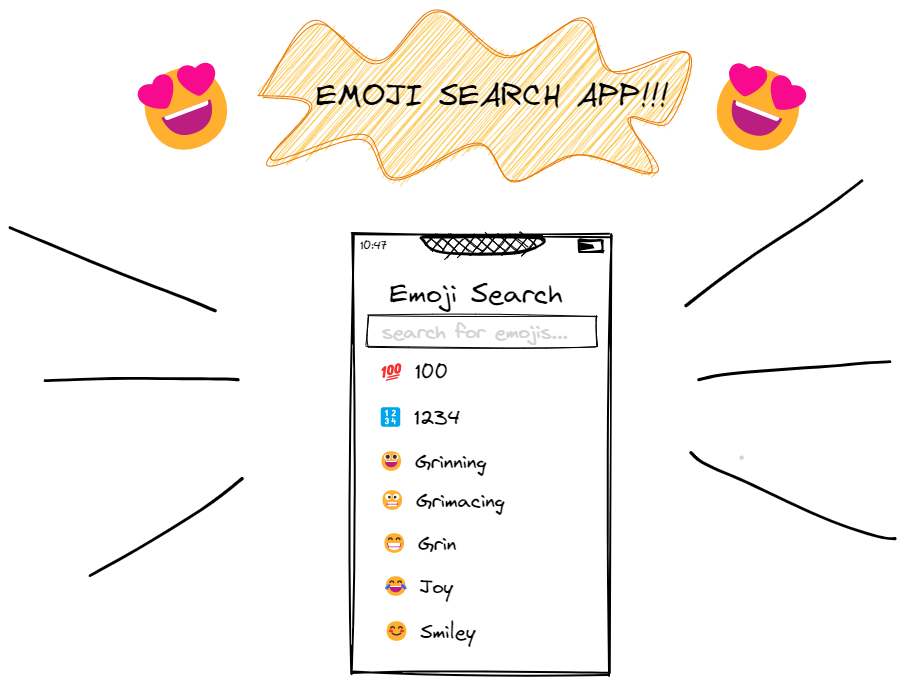
Before: emoji-search.excalidraw.png, a diagram exported from Excalidraw (bprussell/ThoughtworksDemo). Source tidied: one line per element, renumbered; positions are measured from the earlier drawing's top-left corner, leaving out a move shared by most shapes.
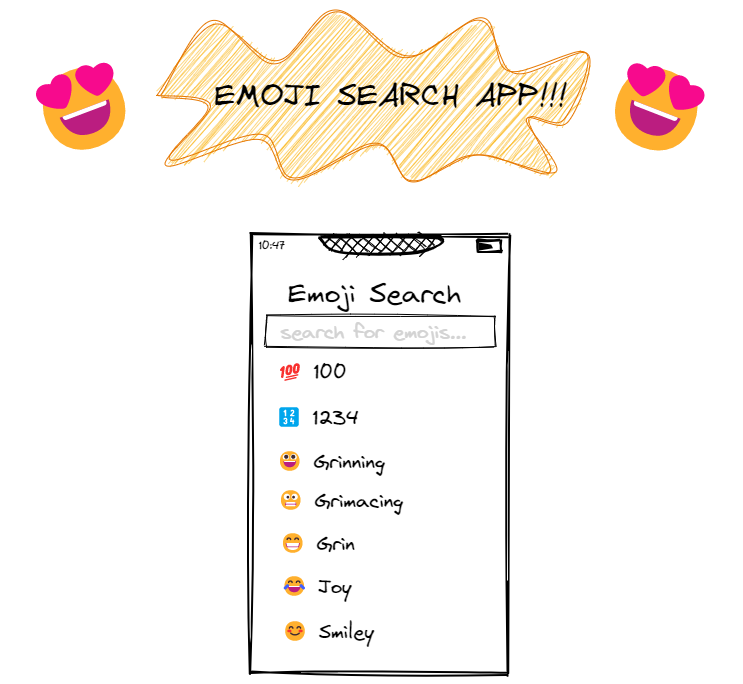
The same file after the commit.

The edit, as a diff of the source:
```diff
@@ -8,7 +8,6 @@
 {"id": 7, "type": "text", "text": "😁 Grin", "strokeColor": "#000000", "strokeWidth": 1, "roughness": 1, "fontSize": 20, "fontFamily": 1, "x": 371, "y": 516, "width": 78, "height": 29}
 {"id": 8, "type": "text", "text": "😂 Joy", "strokeColor": "#000000", "strokeWidth": 1, "roughness": 1, "fontSize": 20, "fontFamily": 1, "x": 372, "y": 560, "width": 73, "height": 29}
 {"id": 9, "type": "text", "text": "😊 Smiley", "strokeColor": "#000000", "strokeWidth": 1, "roughness": 1, "fontSize": 20, "fontFamily": 1, "x": 373, "y": 605, "width": 94, "height": 29}
-{"id": 10, "type": "freedraw", "strokeColor": "lightgray", "strokeWidth": 1, "roughness": 1, "x": 732, "y": 446, "width": 0, "height": 0, "points": [[0, 0], [0, 0]]}
 {"id": 11, "type": "rectangle", "strokeColor": "#000000", "strokeWidth": 2, "roughness": 2, "x": 342, "y": 224, "width": 258, "height": 439}
 {"id": 12, "type": "text", "text": "10:47", "strokeColor": "#000000", "strokeWidth": 2, "roughness": 1, "fontSize": 11.07, "fontFamily": 1, "textAlign": "center", "x": 349, "y": 228, "width": 28, "height": 14}
 {"id": 13, "type": "rectangle", "strokeColor": "#000000", "strokeWidth": 2, "roughness": 1, "x": 569, "y": 229, "width": 23, "height": 11}
@@ -18,9 +17,3 @@
 {"id": 17, "type": "text", "text": "EMOJI SEARCH APP!!!", "strokeColor": "black", "strokeWidth": 1, "roughness": 2, "fontSize": 32, "fontFamily": 1, "x": 306, "y": 66, "width": 355, "height": 40}
 {"id": 18, "type": "text", "text": "😍", "strokeColor": "#e67700", "angle": 5.92, "strokeWidth": 1, "roughness": 2, "fontSize": 82.76, "fontFamily": 1, "x": 119, "y": 37, "width": 116, "height": 120}
 {"id": 19, "type": "text", "text": "😍", "strokeColor": "#e67700", "angle": 0.37, "strokeWidth": 1, "roughness": 2, "fontSize": 82.76, "fontFamily": 1, "x": 691, "y": 38, "width": 116, "height": 120}
-{"id": 20, "type": "freedraw", "strokeColor": "#000000", "strokeWidth": 1, "roughness": 1, "x": 205, "y": 299, "width": 205, "height": 83, "points": [[0, 0], [-1, 0], [-3, -1], [-10, -4], [-47, -20], [-138, -53], [-205, -83], [-205, -83]]}
-{"id": 21, "type": "freedraw", "strokeColor": "#000000", "strokeWidth": 1, "roughness": 1, "x": 228, "y": 368, "width": 193, "height": 3, "points": [[0, 0], [-14, -1], [-40, -1], [-92, -1], [-161, -2], [-188, 1], [-193, 1], [-193, 1]]}
-{"id": 22, "type": "freedraw", "strokeColor": "#000000", "strokeWidth": 1, "roughness": 1, "x": 232, "y": 467, "width": 152, "height": 97, "points": [[0, 0], [0, 1], [-2, 2], [-13, 11], [-53, 42], [-102, 70], [-139, 91], [-152, 97], [-152, 97]]}
-{"id": 23, "type": "freedraw", "strokeColor": "#000000", "strokeWidth": 1, "roughness": 1, "x": 676, "y": 294, "width": 176, "height": 125, "points": [[0, 0], [1, 0], [4, -3], [42, -33], [104, -78], [151, -103], [173, -121], [176, -125], [176, -125]]}
-{"id": 24, "type": "freedraw", "strokeColor": "#000000", "strokeWidth": 1, "roughness": 1, "x": 689, "y": 368, "width": 191, "height": 19, "points": [[0, 0], [1, 0], [37, -9], [120, -14], [177, -16], [187, -19], [190, -18], [191, -18], [191, -18]]}
-{"id": 25, "type": "freedraw", "strokeColor": "#000000", "strokeWidth": 1, "roughness": 1, "x": 681, "y": 441, "width": 204, "height": 88, "points": [[0, 0], [0, 1], [2, 5], [13, 14], [40, 24], [73, 36], [128, 65], [177, 85], [197, 88], [202, 88], [204, 87], [204, 86], [204, 86]]}
```
